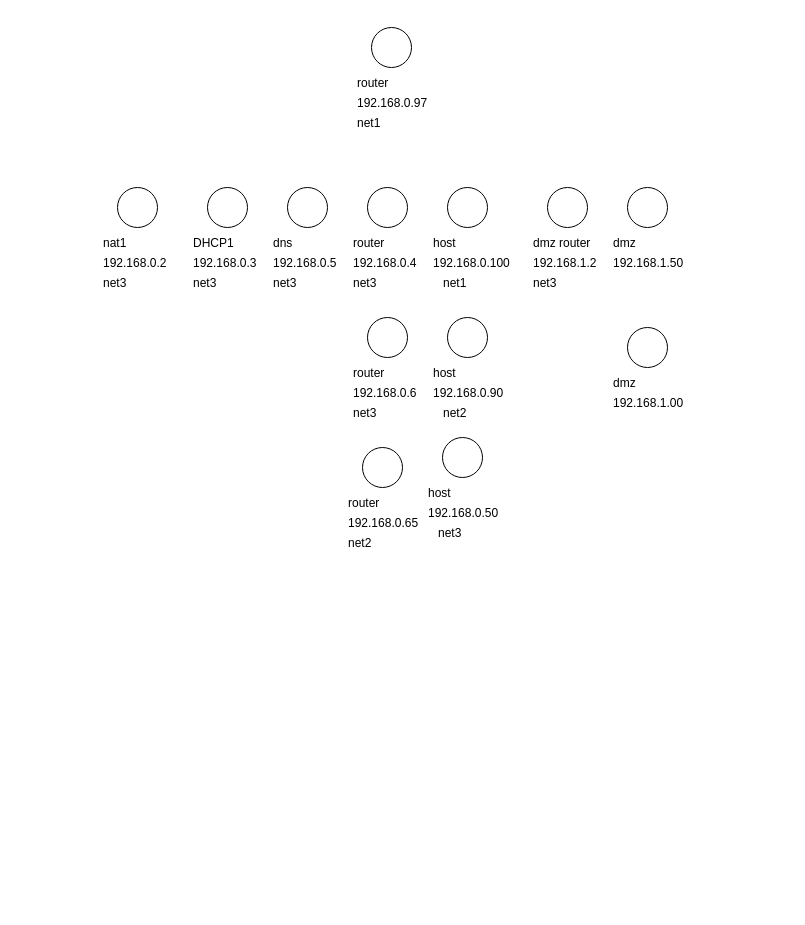
Earlier version of the draw.io diagram Untitled Diagram.drawio (spspider/TestRepository). Source tidied: cells renumbered, new cells numbered last; positions are measured from the earlier drawing's top-left corner, leaving out a move shared by most shapes. Both pictures are drawn from the tidied source at 100%, with x=0, y=0 at pixel (97, 27).
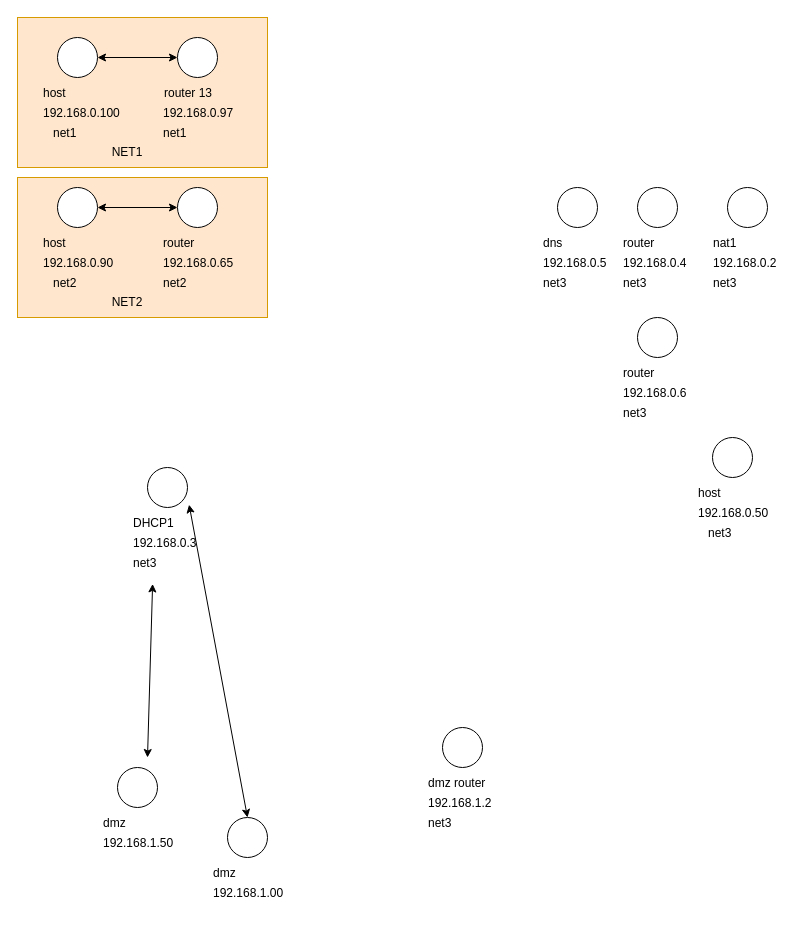
The same diagram, later.

The change refers to these unchanged cells:
```xml
<mxCell id="9" value="DHCP1" style="text;strokeColor=none;fillColor=none;align=left;verticalAlign=middle;spacingLeft=4;spacingRight=4;overflow=hidden;points=[[0,0.5],[1,0.5]];portConstraint=eastwest;" parent="7" vertex="1">
  <mxGeometry y="40" width="80" height="30" as="geometry" />
</mxCell>
<mxCell id="11" value="net3" style="text;strokeColor=none;fillColor=none;align=left;verticalAlign=middle;spacingLeft=4;spacingRight=4;overflow=hidden;points=[[0,0.5],[1,0.5]];portConstraint=eastwest;" parent="7" vertex="1">
  <mxGeometry y="80" width="80" height="30" as="geometry" />
</mxCell>
<mxCell id="23" style="ellipse;whiteSpace=wrap;html=1;" parent="22" vertex="1">
  <mxGeometry x="20" width="40" height="40" as="geometry" />
</mxCell>
<mxCell id="37" style="ellipse;whiteSpace=wrap;html=1;" parent="36" vertex="1">
  <mxGeometry x="20" width="40" height="40" as="geometry" />
</mxCell>
<mxCell id="46" style="ellipse;whiteSpace=wrap;html=1;" parent="45" vertex="1">
  <mxGeometry x="20" width="40" height="40" as="geometry" />
</mxCell>
<mxCell id="56" style="ellipse;whiteSpace=wrap;html=1;" parent="55" vertex="1">
  <mxGeometry x="20" width="40" height="40" as="geometry" />
</mxCell>
<mxCell id="61" style="ellipse;whiteSpace=wrap;html=1;" parent="60" vertex="1">
  <mxGeometry x="20" width="40" height="40" as="geometry" />
</mxCell>
```

What changed in the source:
```diff
@@
     <mxCell id="2" style="group;" parent="1" vertex="1">
-      <mxGeometry y="160" width="80" height="110" as="geometry" />
+      <mxGeometry x="610" y="160" width="80" height="110" as="geometry" />
     </mxCell>
@@
     <mxCell id="7" style="group;" parent="1" vertex="1">
-      <mxGeometry x="90" y="160" width="80" height="110" as="geometry" />
+      <mxGeometry x="30" y="440" width="80" height="110" as="geometry" />
     </mxCell>
@@
     <mxCell id="12" style="group;" parent="1" vertex="1">
-      <mxGeometry x="170" y="160" width="80" height="110" as="geometry" />
+      <mxGeometry x="440" y="160" width="80" height="110" as="geometry" />
     </mxCell>
@@
     <mxCell id="17" style="group;" parent="1" vertex="1">
-      <mxGeometry x="250" y="160" width="80" height="110" as="geometry" />
+      <mxGeometry x="520" y="160" width="80" height="110" as="geometry" />
     </mxCell>
@@
     <mxCell id="22" style="group;" parent="1" vertex="1">
-      <mxGeometry x="330" y="160" width="90" height="110" as="geometry" />
+      <mxGeometry x="-60" y="10" width="230" height="130" as="geometry" />
     </mxCell>
+    <mxCell id="65" style="rounded=0;whiteSpace=wrap;html=1;fillColor=#ffe6cc;strokeColor=#d79b00;" parent="22" vertex="1">
+      <mxGeometry x="-20" y="-20" width="250" height="150" as="geometry" />
+    </mxCell>
@@
+    <mxCell id="66" value="NET1" style="text;html=1;strokeColor=none;fillColor=none;align=center;verticalAlign=middle;whiteSpace=wrap;rounded=0;" parent="22" vertex="1">
+      <mxGeometry x="60" y="100" width="60" height="30" as="geometry" />
+    </mxCell>
     <mxCell id="27" style="group;" parent="1" vertex="1">
-      <mxGeometry x="430" y="160" width="90" height="110" as="geometry" />
+      <mxGeometry x="325" y="700" width="90" height="110" as="geometry" />
     </mxCell>
@@
     <mxCell id="32" style="group;" parent="1" vertex="1">
-      <mxGeometry x="510" y="160" width="90" height="90" as="geometry" />
+      <mxGeometry y="740" width="90" height="90" as="geometry" />
     </mxCell>
@@
     <mxCell id="36" style="group;" parent="1" vertex="1">
-      <mxGeometry x="510" y="300" width="90" height="90" as="geometry" />
+      <mxGeometry x="110" y="790" width="90" height="90" as="geometry" />
     </mxCell>
@@
     <mxCell id="40" style="group;" parent="1" vertex="1">
-      <mxGeometry x="250" y="290" width="80" height="110" as="geometry" />
+      <mxGeometry x="520" y="290" width="80" height="110" as="geometry" />
     </mxCell>
@@
     <mxCell id="45" style="group;" parent="1" vertex="1">
-      <mxGeometry x="330" y="290" width="90" height="110" as="geometry" />
+      <mxGeometry x="-60" y="160" width="230" height="130" as="geometry" />
     </mxCell>
+    <mxCell id="67" style="rounded=0;whiteSpace=wrap;html=1;shadow=0;glass=0;fillColor=#ffe6cc;strokeColor=#d79b00;" parent="45" vertex="1">
+      <mxGeometry x="-20" y="-10" width="250" height="140" as="geometry" />
+    </mxCell>
@@
+    <mxCell id="68" value="NET2" style="text;html=1;strokeColor=none;fillColor=none;align=center;verticalAlign=middle;whiteSpace=wrap;rounded=0;" parent="45" vertex="1">
+      <mxGeometry x="60" y="100" width="60" height="30" as="geometry" />
+    </mxCell>
     <mxCell id="50" style="group;" parent="1" vertex="1">
-      <mxGeometry x="325" y="410" width="90" height="110" as="geometry" />
+      <mxGeometry x="595" y="410" width="90" height="110" as="geometry" />
     </mxCell>
@@
     <mxCell id="55" style="group;" parent="1" vertex="1">
-      <mxGeometry x="245" y="420" width="80" height="110" as="geometry" />
+      <mxGeometry x="60" y="160" width="80" height="110" as="geometry" />
     </mxCell>
@@
     <mxCell id="60" style="group;" parent="1" vertex="1">
-      <mxGeometry x="254" width="80" height="110" as="geometry" />
+      <mxGeometry x="60" y="10" width="80" height="110" as="geometry" />
     </mxCell>
@@
-    <mxCell id="63" value="router" style="text;strokeColor=none;fillColor=none;align=left;verticalAlign=middle;spacingLeft=4;spacingRight=4;overflow=hidden;" parent="60" vertex="1">
-      <mxGeometry y="40" width="80" height="30" as="geometry" />
+    <mxCell id="63" value="router 13" style="text;strokeColor=none;fillColor=none;align=left;verticalAlign=middle;spacingLeft=4;spacingRight=4;overflow=hidden;" parent="60" vertex="1">
+      <mxGeometry x="1" y="40" width="80" height="30" as="geometry" />
     </mxCell>
@@
+    <mxCell id="69" style="endArrow=classic;startArrow=classic;html=1;rounded=0;entryX=0.314;entryY=1.214;entryDx=0;entryDy=0;entryPerimeter=0;" parent="1" edge="1" target="11">
+      <mxGeometry relative="1" as="geometry">
+        <mxPoint x="50" y="730" as="sourcePoint" />
+      </mxGeometry>
+    </mxCell>
+    <mxCell id="70" style="endArrow=classic;startArrow=classic;html=1;rounded=0;exitX=0.5;exitY=0;exitDx=0;exitDy=0;entryX=0.77;entryY=-0.095;entryDx=0;entryDy=0;entryPerimeter=0;" parent="1" edge="1" source="37" target="9">
+      <mxGeometry relative="1" as="geometry" />
+    </mxCell>
+    <mxCell id="71" style="endArrow=classic;startArrow=classic;html=1;rounded=0;exitX=1;exitY=0.5;exitDx=0;exitDy=0;entryX=0;entryY=0.5;entryDx=0;entryDy=0;" parent="1" edge="1" source="23" target="61">
+      <mxGeometry relative="1" as="geometry" />
+    </mxCell>
+    <mxCell id="72" style="endArrow=classic;startArrow=classic;html=1;rounded=0;exitX=1;exitY=0.5;exitDx=0;exitDy=0;entryX=0;entryY=0.5;entryDx=0;entryDy=0;" parent="1" edge="1" source="46" target="56">
+      <mxGeometry relative="1" as="geometry" />
+    </mxCell>
```
